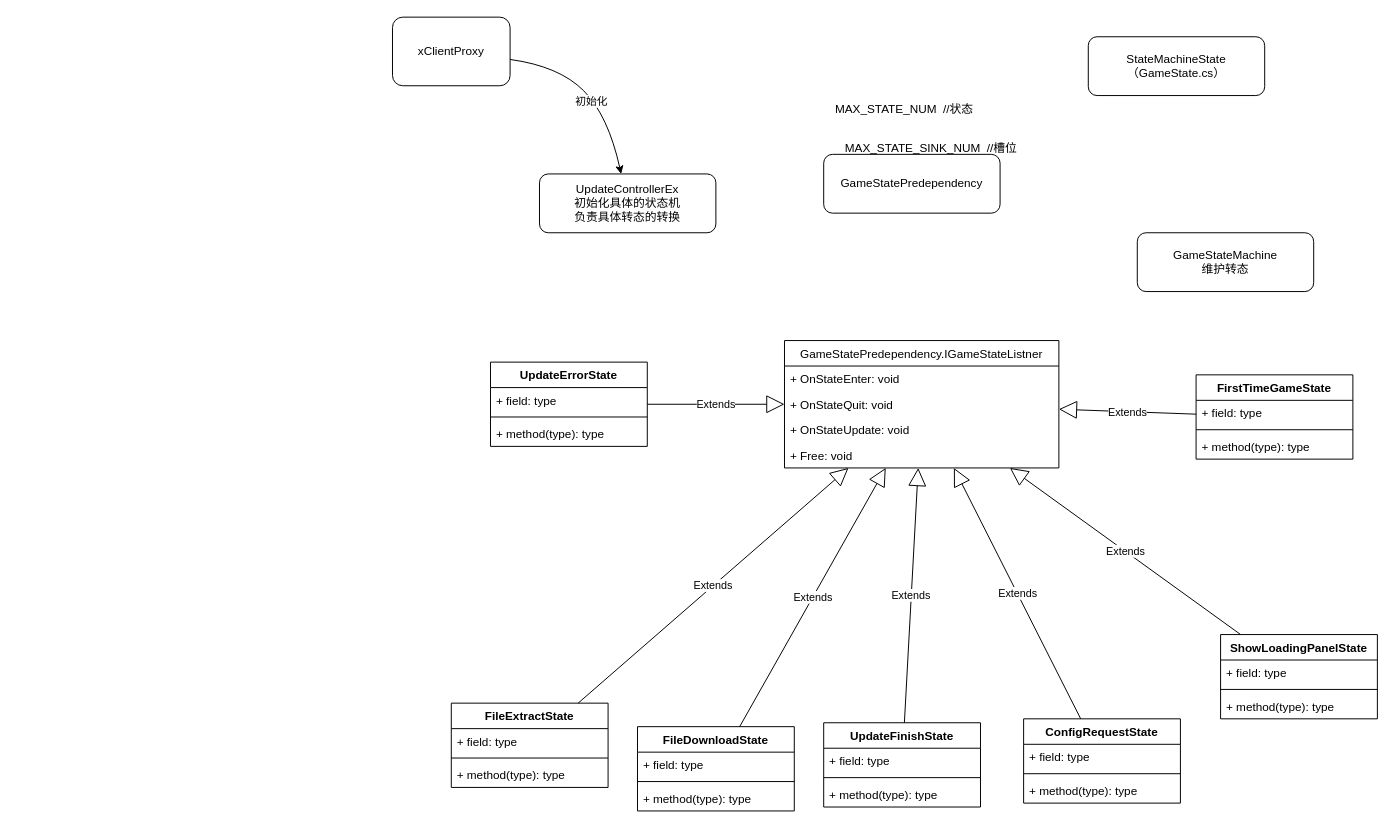
Above: ResourceStateMachine.drawio in gatzai/DrawioStorage (draw.io), before the change. Source tidied: cells renumbered, new cells numbered last; positions are measured from the earlier drawing's top-left corner, leaving out a move shared by most shapes. Both pictures are drawn from the tidied source at 98%, with x=0, y=0 at pixel (392, 17).
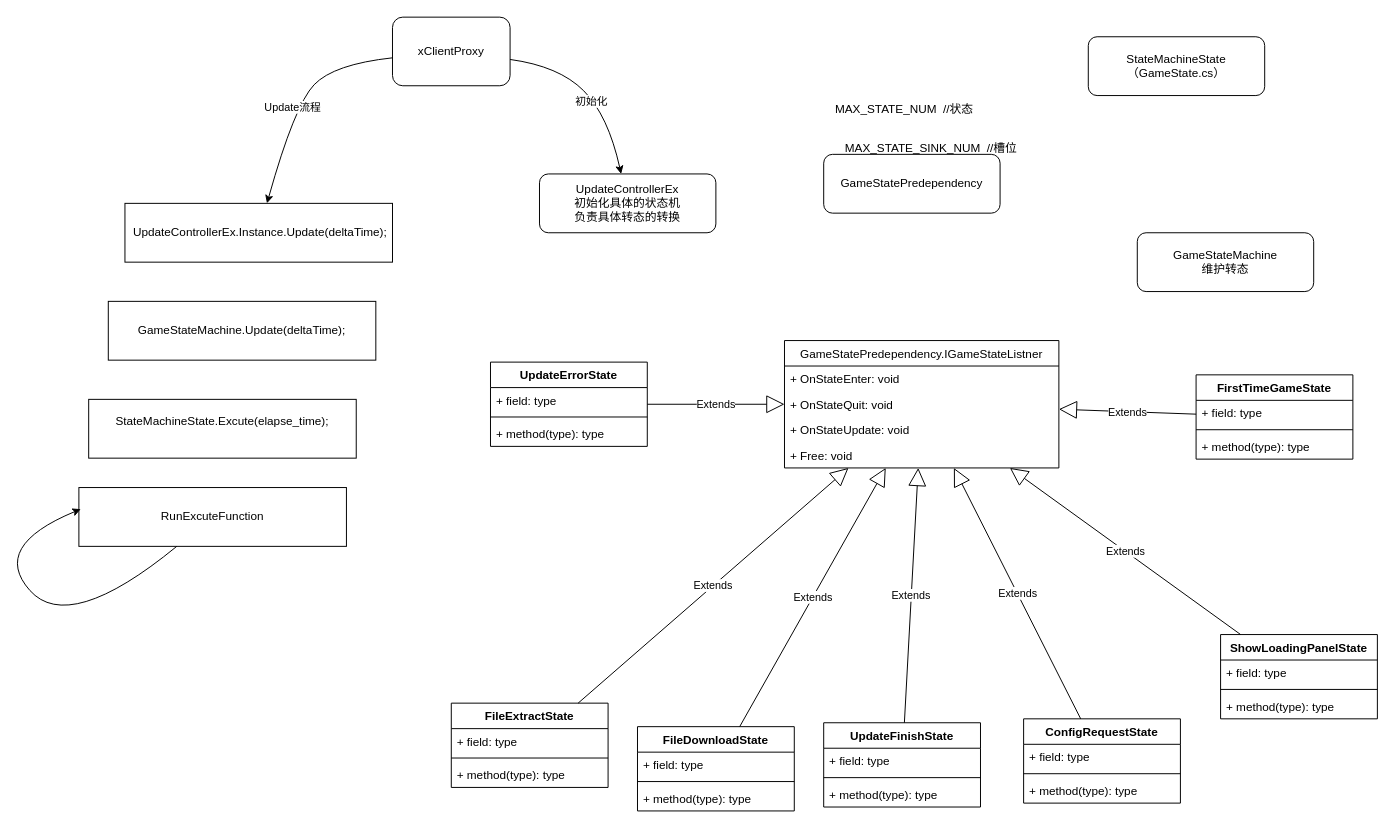
After the change.

The change refers to these unchanged cells:
```xml
<mxCell id="48" value="xClientProxy" style="rounded=1;whiteSpace=wrap;html=1;" parent="1" vertex="1">
  <mxGeometry width="120" height="70" as="geometry" />
</mxCell>
```

Diff of the diagram source:
```diff
@@
+    <mxCell id="51" style="curved=1;endArrow=classic;html=1;" parent="1" edge="1" source="48" target="53">
+      <mxGeometry relative="1" as="geometry">
+        <Array as="points">
+          <mxPoint x="-60" y="48" />
+          <mxPoint x="-100" y="90" />
+        </Array>
+      </mxGeometry>
+    </mxCell>
+    <mxCell id="52" value="Update流程" style="edgeLabel;html=1;align=center;verticalAlign=middle;" parent="51" vertex="1">
+      <mxGeometry x="0.08" y="-1" relative="1" as="geometry">
+        <mxPoint x="-1" as="offset" />
+      </mxGeometry>
+    </mxCell>
+    <mxCell id="53" value="&amp;nbsp;UpdateControllerEx.Instance.Update(deltaTime);" style="rounded=0;whiteSpace=wrap;html=1;" parent="1" vertex="1">
+      <mxGeometry x="-273" y="190" width="273" height="60" as="geometry" />
+    </mxCell>
+    <mxCell id="54" value="GameStateMachine.Update(deltaTime);" style="rounded=0;whiteSpace=wrap;html=1;" parent="1" vertex="1">
+      <mxGeometry x="-290" y="290" width="273" height="60" as="geometry" />
+    </mxCell>
+    <mxCell id="55" value="&lt;div&gt;StateMachineState.Excute(elapse_time);&lt;/div&gt;&lt;div&gt;&lt;br&gt;&lt;/div&gt;" style="rounded=0;whiteSpace=wrap;html=1;" parent="1" vertex="1">
+      <mxGeometry x="-310" y="390" width="273" height="60" as="geometry" />
+    </mxCell>
+    <mxCell id="56" value="&lt;div&gt;RunExcuteFunction&lt;br&gt;&lt;/div&gt;" style="rounded=0;whiteSpace=wrap;html=1;" parent="1" vertex="1">
+      <mxGeometry x="-320" y="480" width="273" height="60" as="geometry" />
+    </mxCell>
+    <mxCell id="57" style="curved=1;endArrow=classic;html=1;entryX=0.007;entryY=0.367;entryDx=0;entryDy=0;entryPerimeter=0;" parent="1" edge="1" source="56" target="56">
+      <mxGeometry relative="1" as="geometry">
+        <Array as="points">
+          <mxPoint x="-330" y="630" />
+          <mxPoint x="-410" y="540" />
+        </Array>
+      </mxGeometry>
+    </mxCell>
```
